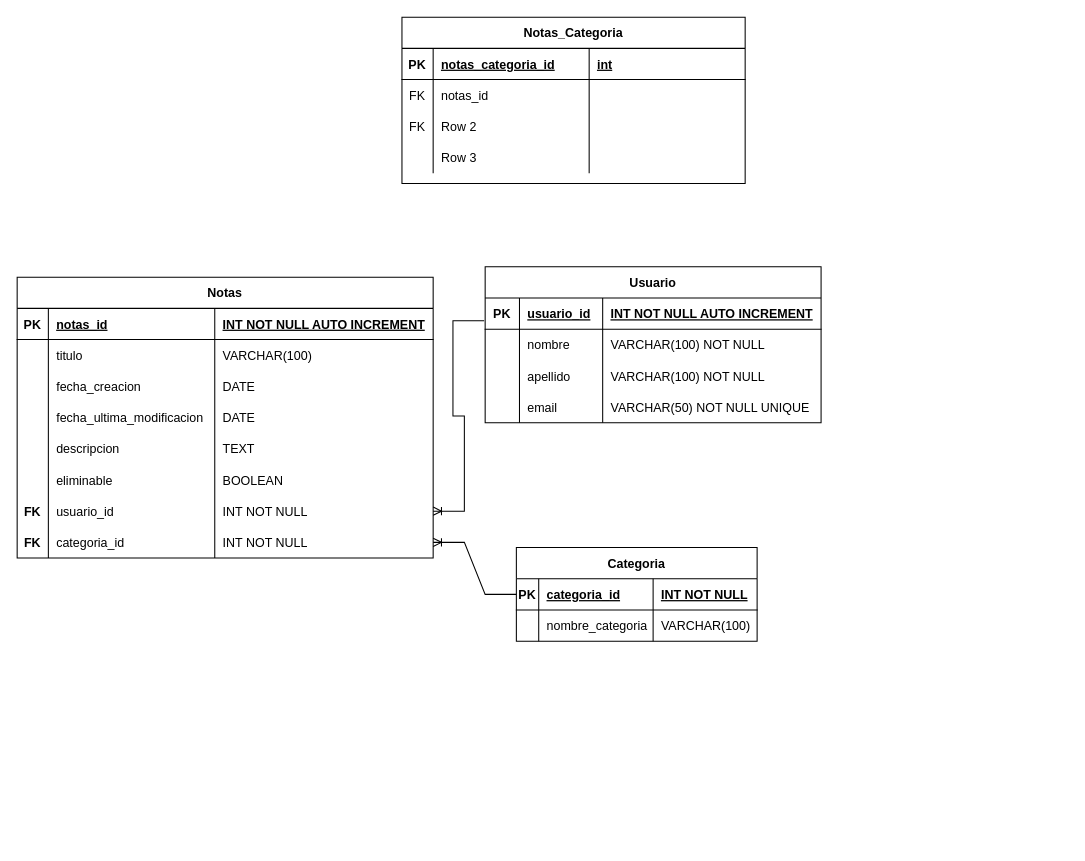
JulianHernandezGit/practica_bases_de_datos keeps this draw.io diagram as Untitled Diagram.drawio. Above is the earlier version. Source tidied: cells renumbered, new cells numbered last; positions are measured from the earlier drawing's top-left corner, leaving out a move shared by most shapes. Both pictures are drawn from the tidied source at 104%, with x=0, y=0 at pixel (17, 17).
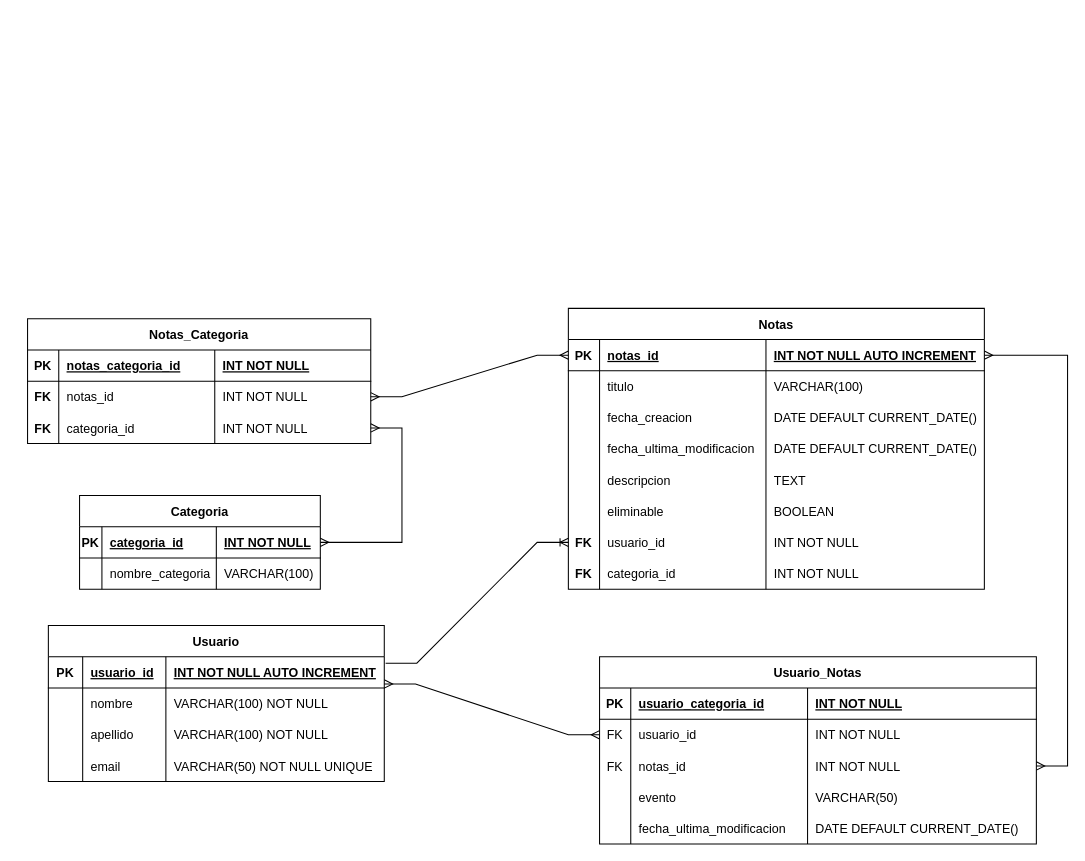
After the change.

Unchanged cells that the change refers to:
```xml
<mxCell id="3" style="shape=tableRow;horizontal=0;startSize=0;swimlaneHead=0;swimlaneBody=0;fillColor=none;points=[[0,0.5],[1,0.5]];portConstraint=eastwest;top=0;left=0;right=0;bottom=1;" parent="2" vertex="1">
  <mxGeometry y="30" width="323" height="30" as="geometry" />
</mxCell>
<mxCell id="20" style="shape=tableRow;horizontal=0;startSize=0;swimlaneHead=0;swimlaneBody=0;fillColor=none;points=[[0,0.5],[1,0.5]];portConstraint=eastwest;top=0;left=0;right=0;bottom=1;" parent="19" vertex="1">
  <mxGeometry y="30" width="400" height="30" as="geometry" />
</mxCell>
<mxCell id="28" style="shape=tableRow;horizontal=0;startSize=0;swimlaneHead=0;swimlaneBody=0;fillColor=none;top=0;left=0;right=0;bottom=0;" parent="19" vertex="1">
  <mxGeometry y="90" width="400" height="30" as="geometry" />
</mxCell>
<mxCell id="32" style="shape=tableRow;horizontal=0;startSize=0;swimlaneHead=0;swimlaneBody=0;fillColor=none;top=0;left=0;right=0;bottom=0;" parent="19" vertex="1">
  <mxGeometry y="120" width="400" height="30" as="geometry" />
</mxCell>
<mxCell id="44" style="shape=tableRow;horizontal=0;startSize=0;swimlaneHead=0;swimlaneBody=0;fillColor=none;points=[[0,0.5],[1,0.5]];portConstraint=eastwest;top=0;left=0;right=0;bottom=0;" parent="19" vertex="1">
  <mxGeometry y="210" width="400" height="30" as="geometry" />
</mxCell>
<mxCell id="48" style="shape=tableRow;horizontal=0;startSize=0;swimlaneHead=0;swimlaneBody=0;fillColor=none;points=[[0,0.5],[1,0.5]];portConstraint=eastwest;top=0;left=0;right=0;bottom=0;" parent="19" vertex="1">
  <mxGeometry y="240" width="400" height="30" as="geometry" />
</mxCell>
<mxCell id="53" style="shape=tableRow;horizontal=0;startSize=0;swimlaneHead=0;swimlaneBody=0;fillColor=none;top=0;left=0;right=0;bottom=1;" parent="52" vertex="1">
  <mxGeometry y="30" width="330" height="30" as="geometry" />
</mxCell>
<mxCell id="57" style="shape=tableRow;horizontal=0;startSize=0;swimlaneHead=0;swimlaneBody=0;fillColor=none;points=[[0,0.5],[1,0.5]];portConstraint=eastwest;top=0;left=0;right=0;bottom=0;" parent="52" vertex="1">
  <mxGeometry y="60" width="330" height="30" as="geometry" />
</mxCell>
<mxCell id="61" style="shape=tableRow;horizontal=0;startSize=0;swimlaneHead=0;swimlaneBody=0;fillColor=none;points=[[0,0.5],[1,0.5]];portConstraint=eastwest;top=0;left=0;right=0;bottom=0;" parent="52" vertex="1">
  <mxGeometry y="90" width="330" height="30" as="geometry" />
</mxCell>
<mxCell id="70" style="shape=tableRow;horizontal=0;startSize=0;swimlaneHead=0;swimlaneBody=0;fillColor=none;points=[[0,0.5],[1,0.5]];portConstraint=eastwest;top=0;left=0;right=0;bottom=1;" parent="69" vertex="1">
  <mxGeometry y="30" width="231.5" height="30" as="geometry" />
</mxCell>
```

Change to the diagram source:
```diff
@@
     <mxCell id="2" value="Usuario" style="shape=table;startSize=30;childLayout=tableLayout;rowLines=0;fontStyle=1;align=center;" parent="1" vertex="1">
-      <mxGeometry x="450" y="240" width="323" height="150" as="geometry" />
+      <mxGeometry x="30" y="585" width="323" height="150" as="geometry" />
     </mxCell>
@@
     <mxCell id="19" value="Notas" style="shape=table;startSize=30;childLayout=tableLayout;rowLines=0;fontStyle=1;align=center;" parent="1" vertex="1">
-      <mxGeometry y="250" width="400" height="270" as="geometry" />
+      <mxGeometry x="530" y="280" width="400" height="270" as="geometry" />
     </mxCell>
@@
-    <mxCell id="31" value="DATE" style="shape=partialRectangle;fillColor=none;top=0;left=0;bottom=0;right=0;align=left;spacingLeft=6;overflow=hidden;" parent="28" vertex="1">
+    <mxCell id="31" value="DATE DEFAULT CURRENT_DATE()" style="shape=partialRectangle;fillColor=none;top=0;left=0;bottom=0;right=0;align=left;spacingLeft=6;overflow=hidden;" parent="28" vertex="1">
       <mxGeometry x="190" width="210" height="30" as="geometry" />
     </mxCell>
@@
-    <mxCell id="35" value="DATE" style="shape=partialRectangle;fillColor=none;top=0;left=0;bottom=0;right=0;align=left;spacingLeft=6;overflow=hidden;" parent="32" vertex="1">
+    <mxCell id="35" value="DATE DEFAULT CURRENT_DATE()" style="shape=partialRectangle;fillColor=none;top=0;left=0;bottom=0;right=0;align=left;spacingLeft=6;overflow=hidden;" parent="32" vertex="1">
       <mxGeometry x="190" width="210" height="30" as="geometry" />
     </mxCell>
@@
     <mxCell id="52" value="Notas_Categoria" style="shape=table;startSize=30;childLayout=tableLayout;rowLines=0;fontStyle=1;align=center;" parent="1" vertex="1">
-      <mxGeometry x="370" width="330" height="160" as="geometry" />
+      <mxGeometry x="10" y="290" width="330" height="120" as="geometry" />
     </mxCell>
@@
-    <mxCell id="56" value="int" style="shape=partialRectangle;fillColor=none;top=0;left=0;bottom=0;right=0;align=left;spacingLeft=6;fontStyle=5;overflow=hidden;" parent="53" vertex="1">
+    <mxCell id="56" value="INT NOT NULL" style="shape=partialRectangle;fillColor=none;top=0;left=0;bottom=0;right=0;align=left;spacingLeft=6;fontStyle=5;overflow=hidden;" parent="53" vertex="1">
       <mxGeometry x="180" width="150" height="30" as="geometry" />
     </mxCell>
@@
-    <mxCell id="58" value="FK" style="shape=partialRectangle;fillColor=none;top=0;left=0;bottom=0;right=0;overflow=hidden;" parent="57" vertex="1">
+    <mxCell id="58" value="FK" style="shape=partialRectangle;fillColor=none;top=0;left=0;bottom=0;right=0;overflow=hidden;fontStyle=1;" parent="57" vertex="1">
       <mxGeometry width="30" height="30" as="geometry" />
     </mxCell>
@@
-    <mxCell id="60" style="shape=partialRectangle;fillColor=none;top=0;left=0;bottom=0;right=0;align=left;spacingLeft=6;overflow=hidden;" parent="57" vertex="1">
+    <mxCell id="60" value="INT NOT NULL" style="shape=partialRectangle;fillColor=none;top=0;left=0;bottom=0;right=0;align=left;spacingLeft=6;overflow=hidden;" parent="57" vertex="1">
       <mxGeometry x="180" width="150" height="30" as="geometry" />
     </mxCell>
@@
-    <mxCell id="62" value="FK" style="shape=partialRectangle;fillColor=none;top=0;left=0;bottom=0;right=0;overflow=hidden;" parent="61" vertex="1">
+    <mxCell id="62" value="FK" style="shape=partialRectangle;fillColor=none;top=0;left=0;bottom=0;right=0;overflow=hidden;fontStyle=1;" parent="61" vertex="1">
       <mxGeometry width="30" height="30" as="geometry" />
     </mxCell>
-    <mxCell id="63" value="Row 2" style="shape=partialRectangle;fillColor=none;top=0;left=0;bottom=0;right=0;align=left;spacingLeft=6;overflow=hidden;" parent="61" vertex="1">
+    <mxCell id="63" value="categoria_id" style="shape=partialRectangle;fillColor=none;top=0;left=0;bottom=0;right=0;align=left;spacingLeft=6;overflow=hidden;" parent="61" vertex="1">
       <mxGeometry x="30" width="150" height="30" as="geometry" />
     </mxCell>
-    <mxCell id="64" style="shape=partialRectangle;fillColor=none;top=0;left=0;bottom=0;right=0;align=left;spacingLeft=6;overflow=hidden;" parent="61" vertex="1">
+    <mxCell id="64" value="INT NOT NULL" style="shape=partialRectangle;fillColor=none;top=0;left=0;bottom=0;right=0;align=left;spacingLeft=6;overflow=hidden;" parent="61" vertex="1">
       <mxGeometry x="180" width="150" height="30" as="geometry" />
     </mxCell>
-    <mxCell id="65" style="shape=tableRow;horizontal=0;startSize=0;swimlaneHead=0;swimlaneBody=0;fillColor=none;top=0;left=0;right=0;bottom=0;" parent="52" vertex="1">
-      <mxGeometry y="120" width="330" height="30" as="geometry" />
-    </mxCell>
-    <mxCell id="66" style="shape=partialRectangle;fillColor=none;top=0;left=0;bottom=0;right=0;overflow=hidden;" parent="65" vertex="1">
-      <mxGeometry width="30" height="30" as="geometry" />
-    </mxCell>
-    <mxCell id="67" value="Row 3" style="shape=partialRectangle;fillColor=none;top=0;left=0;bottom=0;right=0;align=left;spacingLeft=6;overflow=hidden;" parent="65" vertex="1">
-      <mxGeometry x="30" width="150" height="30" as="geometry" />
-    </mxCell>
-    <mxCell id="68" style="shape=partialRectangle;fillColor=none;top=0;left=0;bottom=0;right=0;align=left;spacingLeft=6;overflow=hidden;" parent="65" vertex="1">
-      <mxGeometry x="180" width="150" height="30" as="geometry" />
-    </mxCell>
     <mxCell id="69" value="Categoria" style="shape=table;startSize=30;childLayout=tableLayout;rowLines=0;fontStyle=1;align=center;" parent="1" vertex="1">
-      <mxGeometry x="480" y="510" width="231.5" height="90" as="geometry" />
+      <mxGeometry x="60" y="460" width="231.5" height="90" as="geometry" />
     </mxCell>
@@
+    <mxCell id="80" style="edgeStyle=entityRelationEdgeStyle;fontSize=12;html=1;endArrow=ERmany;startArrow=ERmany;rounded=0;" parent="1" edge="1" source="61" target="70">
+      <mxGeometry relative="1" as="geometry" />
+    </mxCell>
+    <mxCell id="81" style="edgeStyle=entityRelationEdgeStyle;fontSize=12;html=1;endArrow=ERmany;startArrow=ERmany;rounded=0;exitX=1;exitY=0.5;exitDx=0;exitDy=0;" parent="1" edge="1" source="57" target="20">
+      <mxGeometry relative="1" as="geometry" />
+    </mxCell>
+    <mxCell id="82" value="Usuario_Notas" style="shape=table;startSize=30;childLayout=tableLayout;rowLines=0;fontStyle=1;align=center;" parent="1" vertex="1">
+      <mxGeometry x="560" y="615" width="420" height="180" as="geometry" />
+    </mxCell>
+    <mxCell id="83" style="shape=tableRow;horizontal=0;startSize=0;swimlaneHead=0;swimlaneBody=0;fillColor=none;top=0;left=0;right=0;bottom=1;" parent="82" vertex="1">
+      <mxGeometry y="30" width="420" height="30" as="geometry" />
+    </mxCell>
+    <mxCell id="84" value="PK" style="shape=partialRectangle;fillColor=none;top=0;left=0;bottom=0;right=0;fontStyle=1;overflow=hidden;" parent="83" vertex="1">
+      <mxGeometry width="30" height="30" as="geometry" />
+    </mxCell>
+    <mxCell id="85" value="usuario_categoria_id" style="shape=partialRectangle;fillColor=none;top=0;left=0;bottom=0;right=0;align=left;spacingLeft=6;fontStyle=5;overflow=hidden;" parent="83" vertex="1">
+      <mxGeometry x="30" width="170" height="30" as="geometry" />
+    </mxCell>
+    <mxCell id="86" value="INT NOT NULL" style="shape=partialRectangle;fillColor=none;top=0;left=0;bottom=0;right=0;align=left;spacingLeft=6;fontStyle=5;overflow=hidden;" parent="83" vertex="1">
+      <mxGeometry x="200" width="220" height="30" as="geometry" />
+    </mxCell>
+    <mxCell id="87" style="shape=tableRow;horizontal=0;startSize=0;swimlaneHead=0;swimlaneBody=0;fillColor=none;points=[[0,0.5],[1,0.5]];portConstraint=eastwest;top=0;left=0;right=0;bottom=0;" parent="82" vertex="1">
+      <mxGeometry y="60" width="420" height="30" as="geometry" />
+    </mxCell>
+    <mxCell id="88" value="FK" style="shape=partialRectangle;fillColor=none;top=0;left=0;bottom=0;right=0;overflow=hidden;" parent="87" vertex="1">
+      <mxGeometry width="30" height="30" as="geometry" />
+    </mxCell>
+    <mxCell id="89" value="usuario_id" style="shape=partialRectangle;fillColor=none;top=0;left=0;bottom=0;right=0;align=left;spacingLeft=6;overflow=hidden;" parent="87" vertex="1">
+      <mxGeometry x="30" width="170" height="30" as="geometry" />
+    </mxCell>
+    <mxCell id="90" value="INT NOT NULL" style="shape=partialRectangle;fillColor=none;top=0;left=0;bottom=0;right=0;align=left;spacingLeft=6;overflow=hidden;" parent="87" vertex="1">
+      <mxGeometry x="200" width="220" height="30" as="geometry" />
+    </mxCell>
+    <mxCell id="91" style="shape=tableRow;horizontal=0;startSize=0;swimlaneHead=0;swimlaneBody=0;fillColor=none;points=[[0,0.5],[1,0.5]];portConstraint=eastwest;top=0;left=0;right=0;bottom=0;" parent="82" vertex="1">
+      <mxGeometry y="90" width="420" height="30" as="geometry" />
+    </mxCell>
+    <mxCell id="92" value="FK" style="shape=partialRectangle;fillColor=none;top=0;left=0;bottom=0;right=0;overflow=hidden;" parent="91" vertex="1">
+      <mxGeometry width="30" height="30" as="geometry" />
+    </mxCell>
+    <mxCell id="93" value="notas_id" style="shape=partialRectangle;fillColor=none;top=0;left=0;bottom=0;right=0;align=left;spacingLeft=6;overflow=hidden;" parent="91" vertex="1">
+      <mxGeometry x="30" width="170" height="30" as="geometry" />
+    </mxCell>
+    <mxCell id="94" value="INT NOT NULL" style="shape=partialRectangle;fillColor=none;top=0;left=0;bottom=0;right=0;align=left;spacingLeft=6;overflow=hidden;" parent="91" vertex="1">
+      <mxGeometry x="200" width="220" height="30" as="geometry" />
+    </mxCell>
+    <mxCell id="95" style="shape=tableRow;horizontal=0;startSize=0;swimlaneHead=0;swimlaneBody=0;fillColor=none;top=0;left=0;right=0;bottom=0;" parent="82" vertex="1">
+      <mxGeometry y="120" width="420" height="30" as="geometry" />
+    </mxCell>
+    <mxCell id="96" style="shape=partialRectangle;fillColor=none;top=0;left=0;bottom=0;right=0;overflow=hidden;" parent="95" vertex="1">
+      <mxGeometry width="30" height="30" as="geometry" />
+    </mxCell>
+    <mxCell id="97" value="evento" style="shape=partialRectangle;fillColor=none;top=0;left=0;bottom=0;right=0;align=left;spacingLeft=6;overflow=hidden;" parent="95" vertex="1">
+      <mxGeometry x="30" width="170" height="30" as="geometry" />
+    </mxCell>
+    <mxCell id="98" value="VARCHAR(50)" style="shape=partialRectangle;fillColor=none;top=0;left=0;bottom=0;right=0;align=left;spacingLeft=6;overflow=hidden;" parent="95" vertex="1">
+      <mxGeometry x="200" width="220" height="30" as="geometry" />
+    </mxCell>
+    <mxCell id="99" style="shape=tableRow;horizontal=0;startSize=0;swimlaneHead=0;swimlaneBody=0;fillColor=none;top=0;left=0;right=0;bottom=0;" parent="82" vertex="1">
+      <mxGeometry y="150" width="420" height="30" as="geometry" />
+    </mxCell>
+    <mxCell id="100" style="shape=partialRectangle;fillColor=none;top=0;left=0;bottom=0;right=0;overflow=hidden;" parent="99" vertex="1">
+      <mxGeometry width="30" height="30" as="geometry" />
+    </mxCell>
+    <mxCell id="101" value="fecha_ultima_modificacion" style="shape=partialRectangle;fillColor=none;top=0;left=0;bottom=0;right=0;align=left;spacingLeft=6;overflow=hidden;" parent="99" vertex="1">
+      <mxGeometry x="30" width="170" height="30" as="geometry" />
+    </mxCell>
+    <mxCell id="102" value="DATE DEFAULT CURRENT_DATE()" style="shape=partialRectangle;fillColor=none;top=0;left=0;bottom=0;right=0;align=left;spacingLeft=6;overflow=hidden;" parent="99" vertex="1">
+      <mxGeometry x="200" width="220" height="30" as="geometry" />
+    </mxCell>
+    <mxCell id="103" style="edgeStyle=entityRelationEdgeStyle;fontSize=12;html=1;endArrow=ERmany;startArrow=ERmany;rounded=0;entryX=0;entryY=0.5;entryDx=0;entryDy=0;exitX=1;exitY=0.873;exitDx=0;exitDy=0;exitPerimeter=0;" parent="1" edge="1" source="3" target="87">
+      <mxGeometry relative="1" as="geometry" />
+    </mxCell>
+    <mxCell id="104" style="edgeStyle=entityRelationEdgeStyle;fontSize=12;html=1;endArrow=ERmany;startArrow=ERmany;rounded=0;" parent="1" edge="1" source="91" target="20">
+      <mxGeometry relative="1" as="geometry" />
+    </mxCell>
-    <mxCell id="78" style="edgeStyle=entityRelationEdgeStyle;fontSize=12;html=1;endArrow=ERoneToMany;rounded=0;exitX=-0.003;exitY=0.733;exitDx=0;exitDy=0;exitPerimeter=0;" parent="1" edge="1" source="3" target="44">
+    <mxCell id="78" style="edgeStyle=entityRelationEdgeStyle;fontSize=12;html=1;endArrow=ERoneToMany;rounded=0;exitX=1.004;exitY=0.206;exitDx=0;exitDy=0;entryX=0;entryY=0.5;entryDx=0;entryDy=0;exitPerimeter=0;" parent="1" edge="1" source="3" target="44">
       <mxGeometry relative="1" as="geometry" />
     </mxCell>
-    <mxCell id="79" style="edgeStyle=entityRelationEdgeStyle;fontSize=12;html=1;endArrow=ERoneToMany;rounded=0;" parent="1" edge="1" source="70" target="48">
-      <mxGeometry relative="1" as="geometry" />
-    </mxCell>
```
